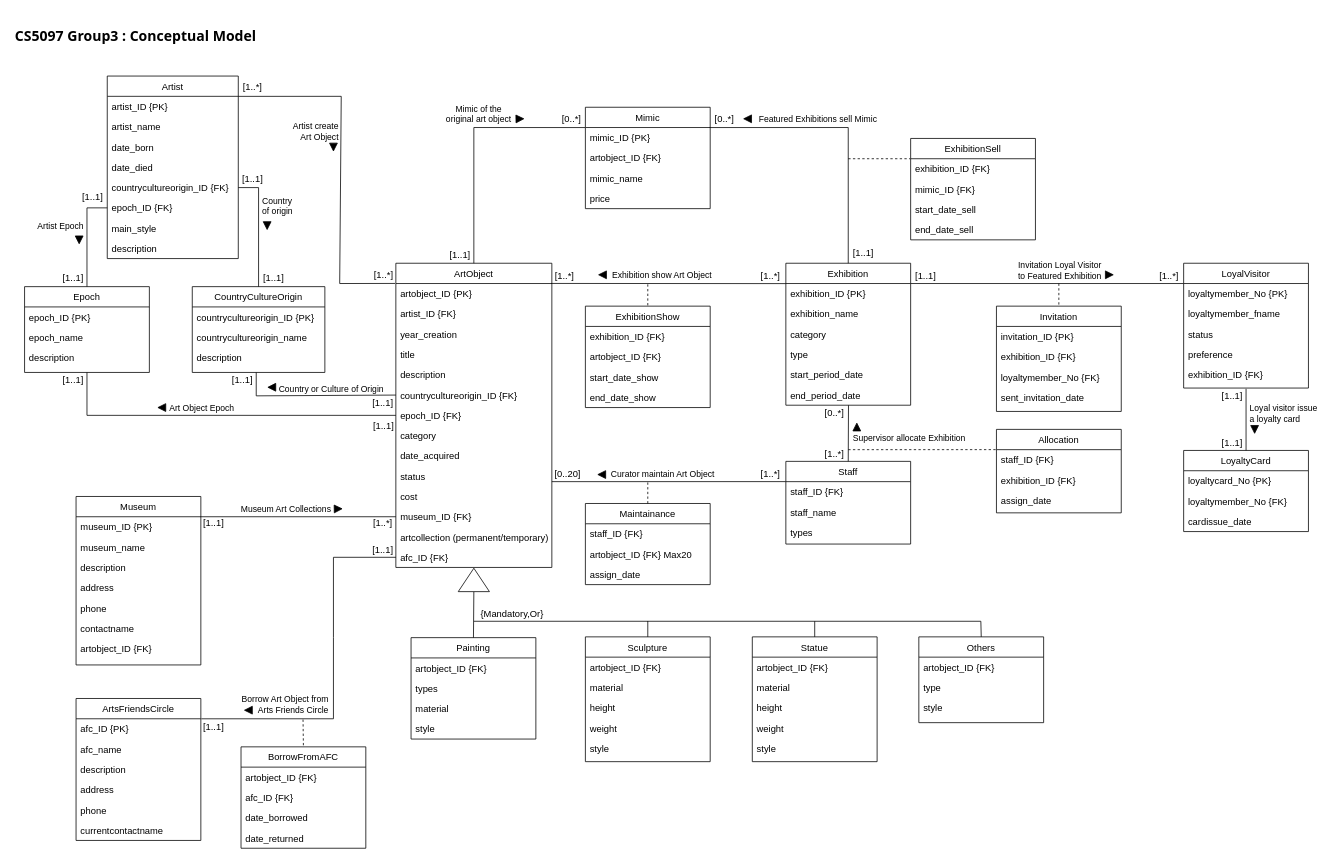
Earlier version of the draw.io diagram Group3_Conceptual-Model-3NF.drawio (chanokchut/CS5097). Source tidied: cells renumbered, new cells numbered last; positions are measured from the earlier drawing's top-left corner, leaving out a move shared by most shapes. Both pictures are drawn from the tidied source at 78%, with x=0, y=0 at pixel (13, 13).
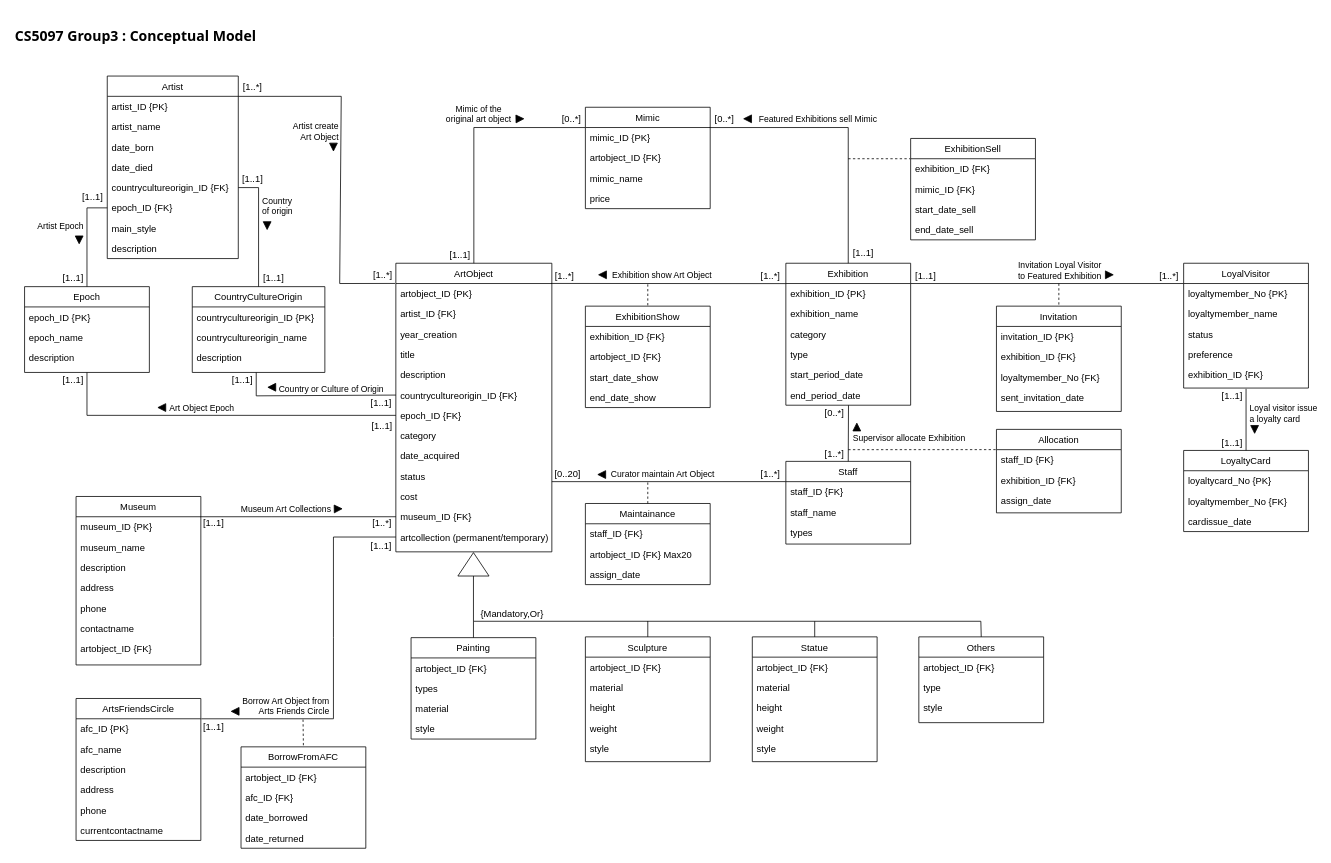
The same page after the edit.

The change refers to these unchanged cells:
```xml
<mxCell id="27" value="artcollection (permanent/temporary)" style="text;align=left;verticalAlign=top;spacingLeft=4;spacingRight=4;overflow=hidden;points=[[0,0.5],[1,0.5]];portConstraint=eastwest;" parent="14" vertex="1">
  <mxGeometry y="338" width="200" height="26" as="geometry" />
</mxCell>
<mxCell id="71" value="LoyalVisitor" style="swimlane;fontStyle=0;align=center;verticalAlign=top;horizontal=1;startSize=26;rounded=0;shadow=0;strokeWidth=1;" parent="1" vertex="1">
  <mxGeometry x="1500" y="320" width="160" height="160" as="geometry" />
</mxCell>
<mxCell id="185" value="afc_ID {PK}" style="text;align=left;verticalAlign=top;spacingLeft=4;spacingRight=4;overflow=hidden;points=[[0,0.5],[1,0.5]];portConstraint=eastwest;" parent="184" vertex="1">
  <mxGeometry y="26" width="160" height="26" as="geometry" />
</mxCell>
```

The edit, as a diff of the source:
```diff
@@
     <mxCell id="14" value="ArtObject" style="swimlane;fontStyle=0;align=center;verticalAlign=top;horizontal=1;startSize=26;rounded=0;shadow=0;strokeWidth=1;" parent="1" vertex="1">
-      <mxGeometry x="490" y="320" width="200" height="390" as="geometry" />
+      <mxGeometry x="490" y="320" width="200" height="370" as="geometry" />
     </mxCell>
@@
-    <mxCell id="28" value="afc_ID {FK}" style="text;align=left;verticalAlign=top;spacingLeft=4;spacingRight=4;overflow=hidden;points=[[0,0.5],[1,0.5]];portConstraint=eastwest;" parent="14" vertex="1">
-      <mxGeometry y="364" width="200" height="26" as="geometry" />
-    </mxCell>
@@
-    <mxCell id="73" value="loyaltymember_fname" style="text;align=left;verticalAlign=top;spacingLeft=4;spacingRight=4;overflow=hidden;" parent="71" vertex="1">
+    <mxCell id="73" value="loyaltymember_name" style="text;align=left;verticalAlign=top;spacingLeft=4;spacingRight=4;overflow=hidden;" parent="71" vertex="1">
       <mxGeometry y="52" width="160" height="26" as="geometry" />
     </mxCell>
@@
     <mxCell id="128" value="[1..*]" style="text;html=1;align=center;verticalAlign=middle;whiteSpace=wrap;rounded=0;" parent="1" vertex="1">
-      <mxGeometry x="451.5" y="320" width="45" height="30" as="geometry" />
+      <mxGeometry x="450.5" y="320" width="45" height="30" as="geometry" />
     </mxCell>
@@
     <mxCell id="142" value="[1..*]" style="text;html=1;align=center;verticalAlign=middle;whiteSpace=wrap;rounded=0;" parent="1" vertex="1">
-      <mxGeometry x="450.5" y="638" width="45" height="30" as="geometry" />
+      <mxGeometry x="449.5" y="638" width="45" height="30" as="geometry" />
     </mxCell>
@@
     <mxCell id="175" value="[1..1]" style="text;html=1;align=center;verticalAlign=middle;whiteSpace=wrap;rounded=0;" parent="1" vertex="1">
-      <mxGeometry x="451" y="484" width="45" height="30" as="geometry" />
+      <mxGeometry x="449" y="484" width="45" height="30" as="geometry" />
     </mxCell>
     <mxCell id="176" value="[1..1]" style="text;html=1;align=center;verticalAlign=middle;whiteSpace=wrap;rounded=0;" parent="1" vertex="1">
-      <mxGeometry x="451.5" y="514" width="45" height="30" as="geometry" />
+      <mxGeometry x="449.5" y="514" width="45" height="30" as="geometry" />
     </mxCell>
@@
-    <mxCell id="191" style="endArrow=none;html=1;rounded=0;exitX=1.004;exitY=0.002;exitDx=0;exitDy=0;entryX=0;entryY=0.5;entryDx=0;entryDy=0;exitPerimeter=0;" parent="1" edge="1" source="185" target="28">
+    <mxCell id="191" style="endArrow=none;html=1;rounded=0;exitX=1.004;exitY=0.002;exitDx=0;exitDy=0;entryX=0;entryY=0.5;entryDx=0;entryDy=0;exitPerimeter=0;" parent="1" edge="1" source="185" target="27">
       <mxGeometry relative="1" as="geometry">
         <Array as="points">
           <mxPoint x="410" y="904" />
           <mxPoint x="410" y="800" />
-          <mxPoint x="410" y="697" />
+          <mxPoint x="410" y="671" />
         </Array>
       </mxGeometry>
     </mxCell>
     <mxCell id="192" value="Borrow Art Object from&lt;br&gt;Arts Friends Circle" style="edgeLabel;html=1;align=right;verticalAlign=middle;" parent="191" vertex="1">
       <mxGeometry x="0.47" y="-1" relative="1" as="geometry">
-        <mxPoint x="-7" y="147" as="offset" />
+        <mxPoint x="-6" y="169" as="offset" />
       </mxGeometry>
     </mxCell>
     <mxCell id="193" value="[1..1]" style="text;html=1;align=center;verticalAlign=middle;whiteSpace=wrap;rounded=0;" parent="1" vertex="1">
-      <mxGeometry x="450.5" y="673" width="45" height="30" as="geometry" />
+      <mxGeometry x="448.5" y="668" width="45" height="30" as="geometry" />
     </mxCell>
@@
     <mxCell id="196" style="triangle;whiteSpace=wrap;html=1;rotation=-90;" parent="1" vertex="1">
-      <mxGeometry x="575" y="706" width="30" height="40" as="geometry" />
+      <mxGeometry x="574.5" y="686" width="30" height="40" as="geometry" />
     </mxCell>
@@
     <mxCell id="203" style="shape=mxgraph.arrows2.wedgeArrow;html=1;startWidth=5;fillColor=strokeColor;defaultFillColor=invert;defaultGradientColor=invert;rounded=0;endSize=8;arcSize=100;" parent="1" edge="1">
       <mxGeometry relative="1" as="geometry">
-        <mxPoint x="306" y="893" as="sourcePoint" />
-        <mxPoint x="296" y="893" as="targetPoint" />
+        <mxPoint x="289" y="894.5" as="sourcePoint" />
+        <mxPoint x="279" y="894.5" as="targetPoint" />
       </mxGeometry>
     </mxCell>
```
